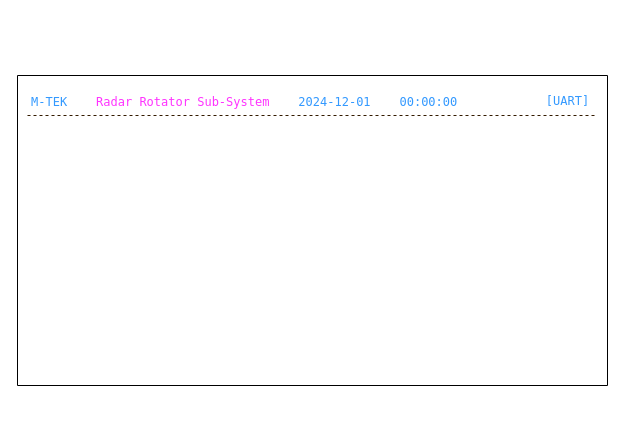
Earlier version of the draw.io diagram rcu_sw/ui-designs/uart-ui.drawio (robertholm73/software_design). Source tidied: cells renumbered, new cells numbered last; positions are measured from the earlier drawing's top-left corner, leaving out a move shared by most shapes. Both pictures are drawn from the tidied source at 100%, with x=0, y=0 at pixel (17, 75).
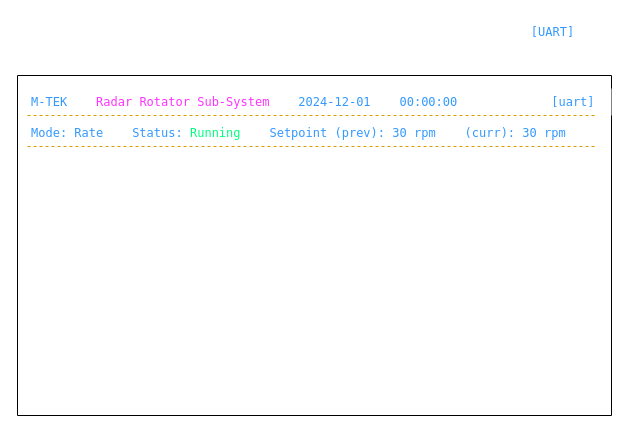
Above is the later version.

What changed in the source:
```diff
@@
 <mxGraphModel>
   <root>
     <mxCell id="0" />
     <mxCell id="1" parent="0" />
     <mxCell id="2" style="swimlane;startSize=0;" parent="1" vertex="1">
-      <mxGeometry width="590" height="310" as="geometry" />
+      <mxGeometry width="594" height="340" as="geometry" />
     </mxCell>
-    <mxCell id="3" value="&lt;font color=&quot;#3399ff&quot; face=&quot;Lucida Console&quot;&gt;M-TEK&amp;nbsp; &amp;nbsp; &lt;/font&gt;&lt;font color=&quot;#ff33ff&quot; face=&quot;Lucida Console&quot;&gt;Radar Rotator Sub-System&amp;nbsp; &amp;nbsp;&amp;nbsp;&lt;/font&gt;&lt;span style=&quot;color: rgb(51, 153, 255); font-family: &amp;quot;Lucida Console&amp;quot;;&quot;&gt;2024-12-01&amp;nbsp; &amp;nbsp; 00:00:00&lt;/span&gt;&lt;font color=&quot;#ff33ff&quot; face=&quot;Lucida Console&quot;&gt;&amp;nbsp;&amp;nbsp;&lt;/font&gt;" style="text;html=1;align=left;verticalAlign=middle;strokeColor=none;fillColor=default;" parent="2" vertex="1">
-      <mxGeometry x="12" y="13" width="459" height="27" as="geometry" />
+    <mxCell id="3" value="&lt;font color=&quot;#3399ff&quot; face=&quot;Lucida Console&quot;&gt;M-TEK&amp;nbsp; &amp;nbsp; &lt;/font&gt;&lt;font color=&quot;#ff33ff&quot; face=&quot;Lucida Console&quot;&gt;Radar Rotator Sub-System&amp;nbsp; &amp;nbsp;&amp;nbsp;&lt;/font&gt;&lt;span style=&quot;color: rgb(51, 153, 255); font-family: &amp;quot;Lucida Console&amp;quot;;&quot;&gt;2024-12-01&amp;nbsp; &amp;nbsp; 00:00:00&lt;/span&gt;&lt;font color=&quot;#ff33ff&quot; face=&quot;Lucida Console&quot;&gt;&amp;nbsp; &amp;nbsp; &amp;nbsp; &amp;nbsp; &amp;nbsp; &amp;nbsp; &amp;nbsp;&lt;/font&gt;&lt;span style=&quot;color: rgb(51, 153, 255); font-family: &amp;quot;Lucida Console&amp;quot;;&quot;&gt;[uart]&lt;/span&gt;" style="text;html=1;align=left;verticalAlign=middle;strokeColor=none;fillColor=default;" parent="2" vertex="1">
+      <mxGeometry x="12" y="13" width="582" height="27" as="geometry" />
     </mxCell>
+    <mxCell id="5" style="endArrow=none;dashed=1;html=1;rounded=0;strokeColor=#d79b00;fillColor=#ffe6cc;" parent="2" edge="1">
+      <mxGeometry relative="1" as="geometry">
+        <mxPoint x="10" y="40" as="sourcePoint" />
+        <mxPoint x="580" y="40" as="targetPoint" />
+      </mxGeometry>
+    </mxCell>
+    <mxCell id="6" value="&lt;font color=&quot;#3399ff&quot; face=&quot;Lucida Console&quot;&gt;Mode: Rate&amp;nbsp; &amp;nbsp; Status:&amp;nbsp;&lt;/font&gt;&lt;font color=&quot;#00ff80&quot; face=&quot;Lucida Console&quot;&gt;Running&amp;nbsp; &amp;nbsp; &lt;/font&gt;&lt;span style=&quot;color: rgb(51, 153, 255); font-family: &amp;quot;Lucida Console&amp;quot;;&quot;&gt;Setpoint (prev): 30 rpm&amp;nbsp; &amp;nbsp; (curr): 30 rpm&lt;/span&gt;&lt;font color=&quot;#ff33ff&quot; face=&quot;Lucida Console&quot;&gt;&amp;nbsp;&amp;nbsp;&lt;/font&gt;" style="text;html=1;align=left;verticalAlign=middle;strokeColor=none;fillColor=default;" parent="2" vertex="1">
+      <mxGeometry x="12" y="44" width="568" height="27" as="geometry" />
+    </mxCell>
+    <mxCell id="7" style="endArrow=none;dashed=1;html=1;rounded=0;strokeColor=#d79b00;fillColor=#ffe6cc;" parent="2" edge="1">
+      <mxGeometry relative="1" as="geometry">
+        <mxPoint x="10" y="71" as="sourcePoint" />
+        <mxPoint x="580" y="71" as="targetPoint" />
+      </mxGeometry>
+    </mxCell>
-    <mxCell id="4" value="&lt;font color=&quot;#3399ff&quot; face=&quot;Lucida Console&quot;&gt;[UART]&lt;/font&gt;" style="text;html=1;align=center;verticalAlign=middle;strokeColor=none;fillColor=default;" parent="2" vertex="1">
-      <mxGeometry x="515" y="11" width="70" height="30" as="geometry" />
+    <mxCell id="4" value="&lt;font color=&quot;#3399ff&quot; face=&quot;Lucida Console&quot;&gt;[UART]&lt;/font&gt;" style="text;html=1;align=center;verticalAlign=middle;strokeColor=none;fillColor=default;" parent="1" vertex="1">
+      <mxGeometry x="500" y="-58" width="70" height="30" as="geometry" />
     </mxCell>
-    <mxCell id="5" style="endArrow=none;dashed=1;html=1;rounded=0;strokeColor=#331A00;" parent="2" edge="1">
-      <mxGeometry relative="1" as="geometry">
-        <mxPoint x="10" y="40" as="sourcePoint" />
-        <mxPoint x="580" y="40" as="targetPoint" />
-      </mxGeometry>
-    </mxCell>
   </root>
 </mxGraphModel>
```
